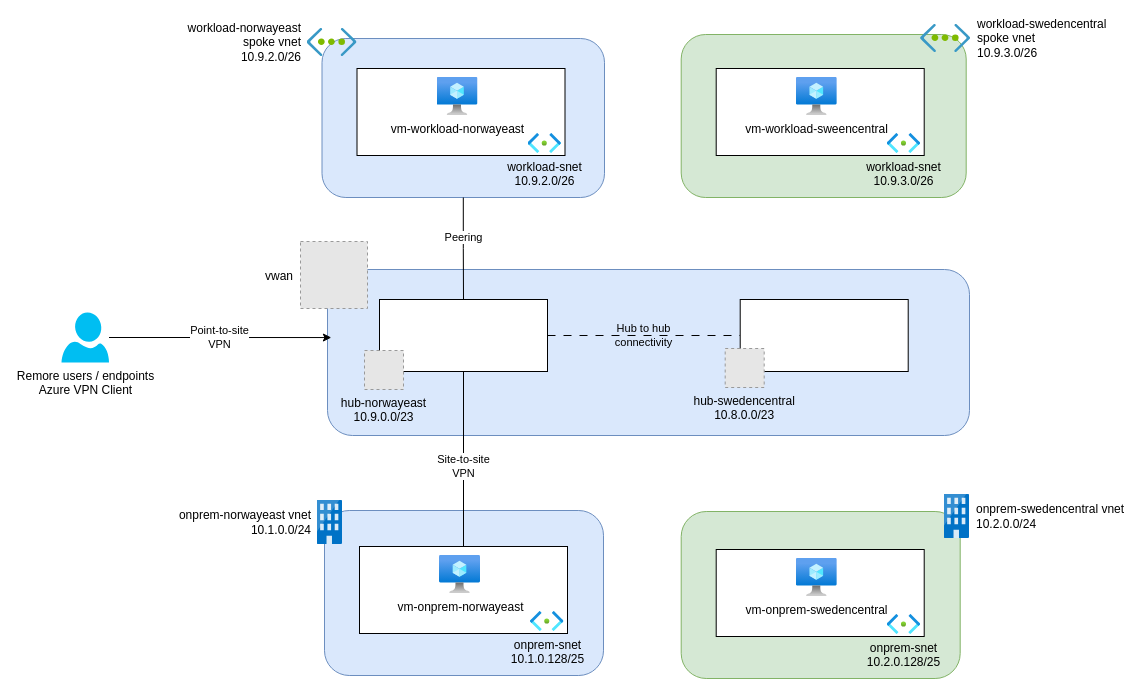
Above: page "before" (1 of 5) of docs/assets/visuals/vwan.drawio in Infrastructure-AsCode/hub-spoke-vwan (draw.io), before the change. Source tidied: cells renumbered, new cells numbered last; positions are measured from the earlier drawing's top-left corner, leaving out a move shared by most shapes. Both pictures are drawn from the tidied source at 100%, with x=0, y=0 at pixel (61, 24). Pictures stored in the file or linked from it are replaced by grey dashed boxes.
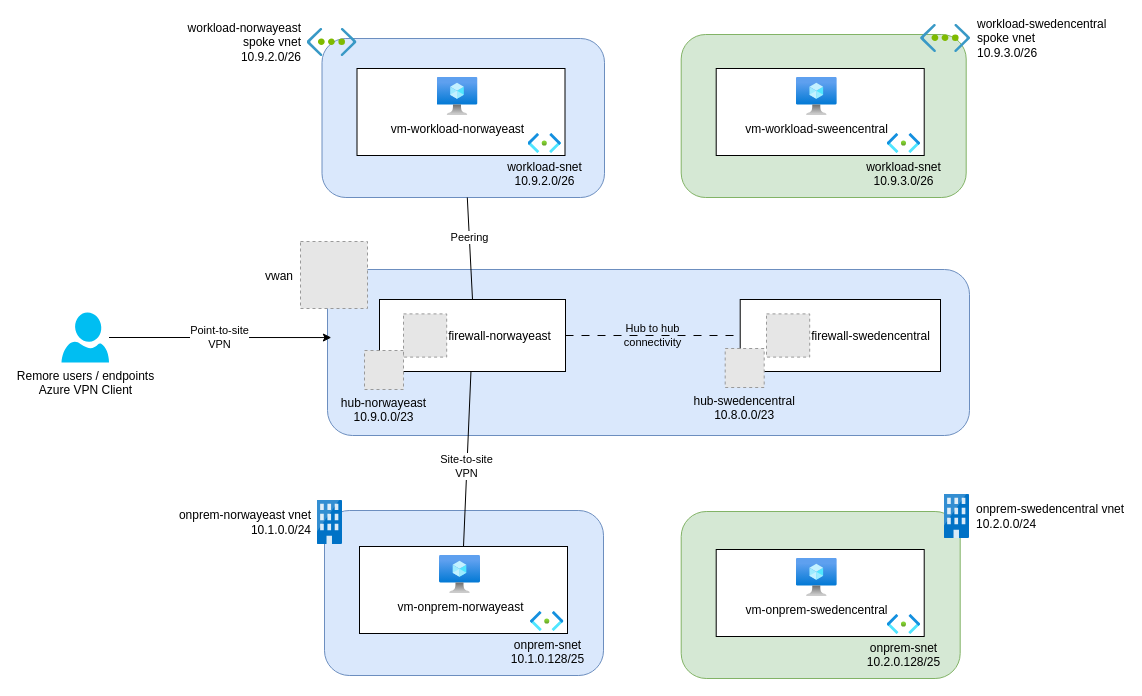
The same page after the edit.

Unchanged cells that the change refers to:
```xml
<mxCell id="2" style="rounded=1;whiteSpace=wrap;html=1;fillColor=#dae8fc;strokeColor=#6c8ebf;" parent="1" vertex="1">
  <mxGeometry x="260.5" y="14" width="282.5" height="159" as="geometry" />
</mxCell>
<mxCell id="14" style="rounded=0;whiteSpace=wrap;html=1;" parent="1" vertex="1">
  <mxGeometry x="298" y="522" width="208" height="87" as="geometry" />
</mxCell>
```

The edit, as a diff of the source:
```diff
@@
     <mxCell id="5" style="rounded=0;whiteSpace=wrap;html=1;" parent="1" vertex="1">
-      <mxGeometry x="318" y="275" width="168" height="72" as="geometry" />
+      <mxGeometry x="318" y="275" width="186" height="72" as="geometry" />
     </mxCell>
@@
-    <mxCell id="12" value="Peering" style="edgeStyle=orthogonalEdgeStyle;rounded=0;jettySize=auto;html=1;entryX=0.5;entryY=0;entryDx=0;entryDy=0;endArrow=none;startFill=0;" parent="1" edge="1" source="2" target="5">
+    <mxCell id="12" value="Peering" style="rounded=0;jettySize=auto;html=1;entryX=0.5;entryY=0;entryDx=0;entryDy=0;endArrow=none;startFill=0;" parent="1" edge="1" source="2" target="5">
       <mxGeometry x="-0.22" relative="1" as="geometry" />
     </mxCell>
@@
-    <mxCell id="18" value="Site-to-site&lt;div&gt;VPN&lt;/div&gt;" style="edgeStyle=orthogonalEdgeStyle;rounded=0;jettySize=auto;html=1;entryX=0.5;entryY=0;entryDx=0;entryDy=0;endArrow=none;startFill=0;" parent="1" edge="1" source="5" target="14">
+    <mxCell id="18" value="Site-to-site&lt;div&gt;VPN&lt;/div&gt;" style="rounded=0;jettySize=auto;html=1;entryX=0.5;entryY=0;entryDx=0;entryDy=0;endArrow=none;startFill=0;" parent="1" edge="1" source="5" target="14">
       <mxGeometry x="0.09" relative="1" as="geometry" />
     </mxCell>
@@
     <mxCell id="29" style="rounded=0;whiteSpace=wrap;html=1;" parent="1" vertex="1">
-      <mxGeometry x="678.7" y="275" width="168" height="72" as="geometry" />
+      <mxGeometry x="678.7" y="275" width="200.3" height="72" as="geometry" />
     </mxCell>
@@
+    <mxCell id="33" value="firewall-swedencentral" style="fillColor=#E6E6E6;strokeColor=#999999;dashed=1;verticalLabelPosition=middle;labelBackgroundColor=none;verticalAlign=middle;labelPosition=right;align=left;" parent="1" vertex="1">
+      <mxGeometry x="705" y="289.4" width="43.2" height="43.2" as="geometry" />
+    </mxCell>
+    <mxCell id="34" value="firewall-norwayeast" style="fillColor=#E6E6E6;strokeColor=#999999;dashed=1;verticalLabelPosition=middle;labelBackgroundColor=none;verticalAlign=middle;labelPosition=right;align=left;" parent="1" vertex="1">
+      <mxGeometry x="342" y="289.4" width="43.2" height="43.2" as="geometry" />
+    </mxCell>
```
